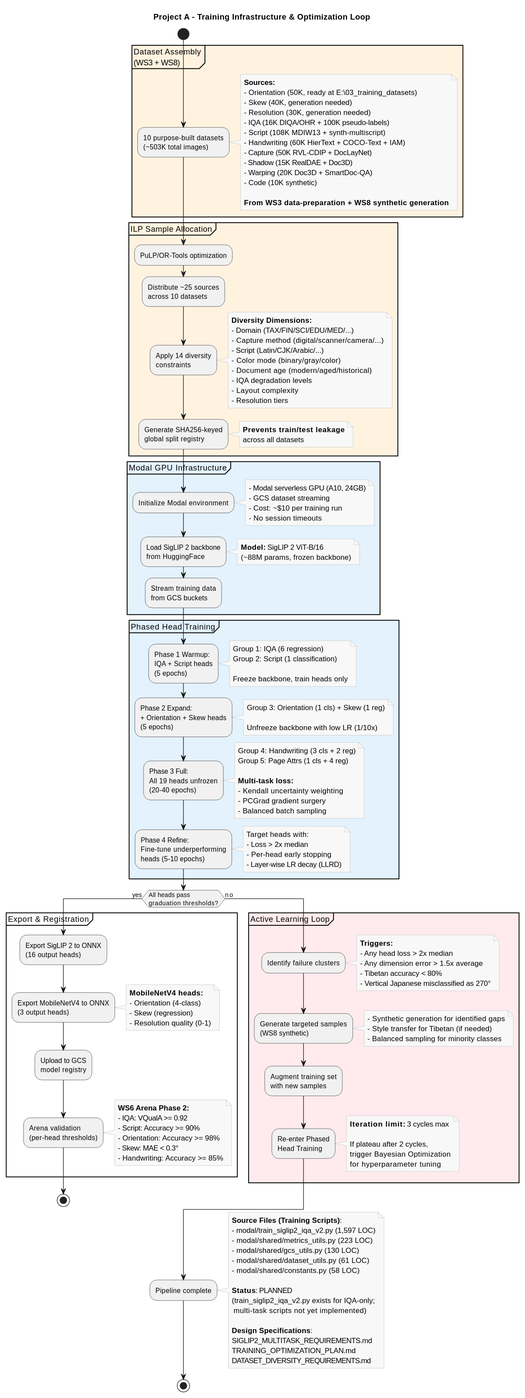
The PlantUML diagram docs/architecture/diagrams/level-2/model-training/prepare-doc-training-infrastructure.svg in williaby/image-preprocessing-detector, before a commit. Source of this version:
```plantuml
@startuml
title Project A - Training Infrastructure & Optimization Loop

skinparam dpi 150
skinparam shadowing false
skinparam rectangle {
  BackgroundColor White
  BorderColor Black
}
skinparam note {
  BackgroundColor #F8F8F8
  BorderColor #BBBBBB
}

start

partition "Dataset Assembly\n(WS3 + WS8)" #FFF3E0 {
  :10 purpose-built datasets\n(~503K total images);
  note right
    **Sources:**
    - Orientation (50K, ready at E:\03_training_datasets)
    - Skew (40K, generation needed)
    - Resolution (30K, generation needed)
    - IQA (16K DIQA/OHR + 100K pseudo-labels)
    - Script (108K MDIW13 + synth-multiscript)
    - Handwriting (60K HierText + COCO-Text + IAM)
    - Capture (50K RVL-CDIP + DocLayNet)
    - Shadow (15K RealDAE + Doc3D)
    - Warping (20K Doc3D + SmartDoc-QA)
    - Code (10K synthetic)

    **From WS3 data-preparation + WS8 synthetic generation**
  end note
}

partition "ILP Sample Allocation" #FFF3E0 {
  :PuLP/OR-Tools optimization;
  :Distribute ~25 sources\nacross 10 datasets;
  :Apply 14 diversity\nconstraints;
  note right
    **Diversity Dimensions:**
    - Domain (TAX/FIN/SCI/EDU/MED/...)
    - Capture method (digital/scanner/camera/...)
    - Script (Latin/CJK/Arabic/...)
    - Color mode (binary/gray/color)
    - Document age (modern/aged/historical)
    - IQA degradation levels
    - Layout complexity
    - Resolution tiers
  end note
  :Generate SHA256-keyed\nglobal split registry;
  note right
    **Prevents train/test leakage**
    across all datasets
  end note
}

partition "Modal GPU Infrastructure" #E3F2FD {
  :Initialize Modal environment;
  note right
    - Modal serverless GPU (A10, 24GB)
    - GCS dataset streaming
    - Cost: ~$10 per training run
    - No session timeouts
  end note
  :Load SigLIP 2 backbone\nfrom HuggingFace;
  note right
    **Model:** SigLIP 2 ViT-B/16
    (~88M params, frozen backbone)
  end note
  :Stream training data\nfrom GCS buckets;
}

partition "Phased Head Training" #E3F2FD {
  :Phase 1 Warmup:\nIQA + Script heads\n(5 epochs);
  note right
    Group 1: IQA (6 regression)
    Group 2: Script (1 classification)

    Freeze backbone, train heads only
  end note

  :Phase 2 Expand:\n+ Orientation + Skew heads\n(5 epochs);
  note right
    Group 3: Orientation (1 cls) + Skew (1 reg)

    Unfreeze backbone with low LR (1/10x)
  end note

  :Phase 3 Full:\nAll 19 heads unfrozen\n(20-40 epochs);
  note right
    Group 4: Handwriting (3 cls + 2 reg)
    Group 5: Page Attrs (1 cls + 4 reg)

    **Multi-task loss:**
    - Kendall uncertainty weighting
    - PCGrad gradient surgery
    - Balanced batch sampling
  end note

  :Phase 4 Refine:\nFine-tune underperforming\nheads (5-10 epochs);
  note right
    Target heads with:
    - Loss > 2x median
    - Per-head early stopping
    - Layer-wise LR decay (LLRD)
  end note
}

if (All heads pass\ngraduation thresholds?) then (yes)
  partition "Export & Registration" {
    :Export SigLIP 2 to ONNX\n(16 output heads);
    :Export MobileNetV4 to ONNX\n(3 output heads);
    note right
      **MobileNetV4 heads:**
      - Orientation (4-class)
      - Skew (regression)
      - Resolution quality (0-1)
    end note
    :Upload to GCS\nmodel registry;
    :Arena validation\n(per-head thresholds);
    note right
      **WS6 Arena Phase 2:**
      - IQA: VQualA >= 0.92
      - Script: Accuracy >= 90%
      - Orientation: Accuracy >= 98%
      - Skew: MAE < 0.3°
      - Handwriting: Accuracy >= 85%
    end note
  }
  stop
else (no)
  partition "Active Learning Loop" #FFEBEE {
    :Identify failure clusters;
    note right
      **Triggers:**
      - Any head loss > 2x median
      - Any dimension error > 1.5x average
      - Tibetan accuracy < 80%
      - Vertical Japanese misclassified as 270°
    end note

    :Generate targeted samples\n(WS8 synthetic);
    note right
      - Synthetic generation for identified gaps
      - Style transfer for Tibetan (if needed)
      - Balanced sampling for minority classes
    end note

    :Augment training set\nwith new samples;

    :Re-enter Phased\nHead Training;
    note right
      **Iteration limit:** 3 cycles max

      If plateau after 2 cycles,
      trigger Bayesian Optimization
      for hyperparameter tuning
    end note
  }
endif

:Pipeline complete;
note right
  **Source Files (Training Scripts)**:
  - modal/train_siglip2_iqa_v2.py (1,597 LOC)
  - modal/shared/metrics_utils.py (223 LOC)
  - modal/shared/gcs_utils.py (130 LOC)
  - modal/shared/dataset_utils.py (61 LOC)
  - modal/shared/constants.py (58 LOC)

  **Status**: PLANNED
  (train_siglip2_iqa_v2.py exists for IQA-only;
   multi-task scripts not yet implemented)

  **Design Specifications**:
  SIGLIP2_MULTITASK_REQUIREMENTS.md
  TRAINING_OPTIMIZATION_PLAN.md
  DATASET_DIVERSITY_REQUIREMENTS.md
end note
stop
@enduml
```
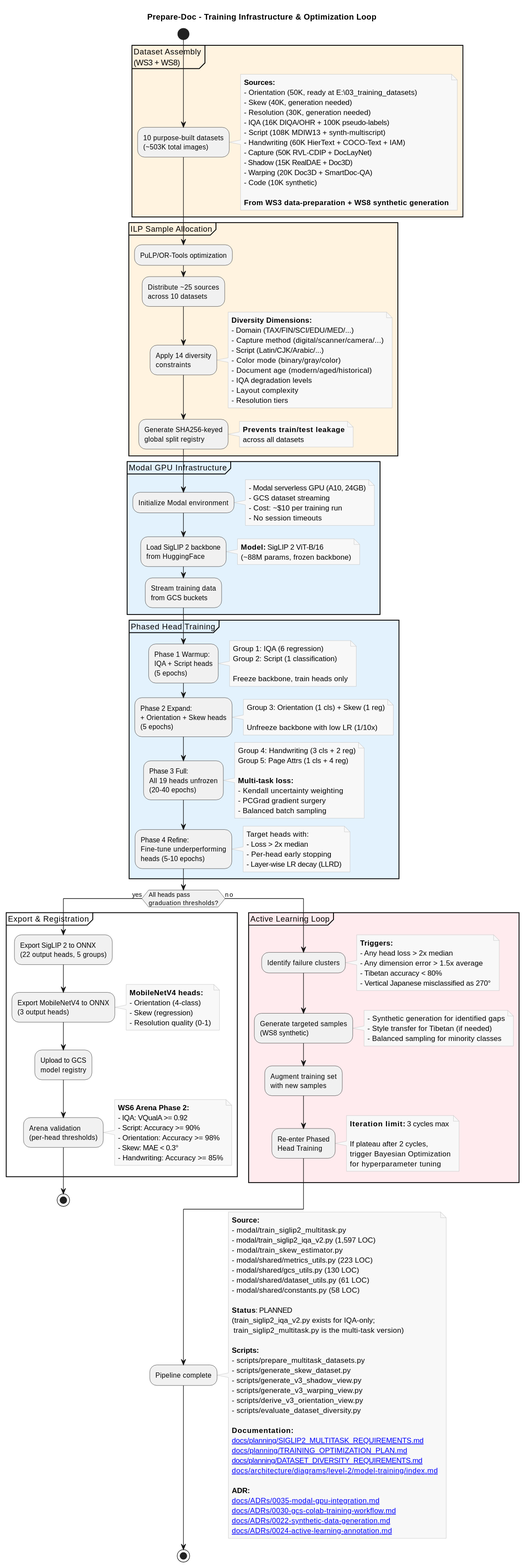
After the commit.

The edit, as a diff of the source:
```diff
@@ -1,5 +1,5 @@
 @startuml
-title Project A - Training Infrastructure & Optimization Loop
+title Prepare-Doc - Training Infrastructure & Optimization Loop
 
 skinparam dpi 150
 skinparam shadowing false
@@ -109,7 +109,7 @@
 
 if (All heads pass\ngraduation thresholds?) then (yes)
   partition "Export & Registration" {
-    :Export SigLIP 2 to ONNX\n(16 output heads);
+    :Export SigLIP 2 to ONNX\n(22 output heads, 5 groups);
     :Export MobileNetV4 to ONNX\n(3 output heads);
     note right
       **MobileNetV4 heads:**
@@ -162,8 +162,10 @@
 
 :Pipeline complete;
 note right
-  **Source Files (Training Scripts)**:
+  **Source:**
+  - modal/train_siglip2_multitask.py
   - modal/train_siglip2_iqa_v2.py (1,597 LOC)
+  - modal/train_skew_estimator.py
   - modal/shared/metrics_utils.py (223 LOC)
   - modal/shared/gcs_utils.py (130 LOC)
   - modal/shared/dataset_utils.py (61 LOC)
@@ -171,12 +173,27 @@
 
   **Status**: PLANNED
   (train_siglip2_iqa_v2.py exists for IQA-only;
-   multi-task scripts not yet implemented)
+   train_siglip2_multitask.py is the multi-task version)
 
-  **Design Specifications**:
-  SIGLIP2_MULTITASK_REQUIREMENTS.md
-  TRAINING_OPTIMIZATION_PLAN.md
-  DATASET_DIVERSITY_REQUIREMENTS.md
+  **Scripts:**
+  - scripts/prepare_multitask_datasets.py
+  - scripts/generate_skew_dataset.py
+  - scripts/generate_v3_shadow_view.py
+  - scripts/generate_v3_warping_view.py
+  - scripts/derive_v3_orientation_view.py
+  - scripts/evaluate_dataset_diversity.py
+
+  **Documentation:**
+  [[docs/planning/SIGLIP2_MULTITASK_REQUIREMENTS.md]]
+  [[docs/planning/TRAINING_OPTIMIZATION_PLAN.md]]
+  [[docs/planning/DATASET_DIVERSITY_REQUIREMENTS.md]]
+  [[docs/architecture/diagrams/level-2/model-training/index.md]]
+
+  **ADR:**
+  [[docs/ADRs/0035-modal-gpu-integration.md]]
+  [[docs/ADRs/0030-gcs-colab-training-workflow.md]]
+  [[docs/ADRs/0022-synthetic-data-generation.md]]
+  [[docs/ADRs/0024-active-learning-annotation.md]]
 end note
 stop
 @enduml
```
